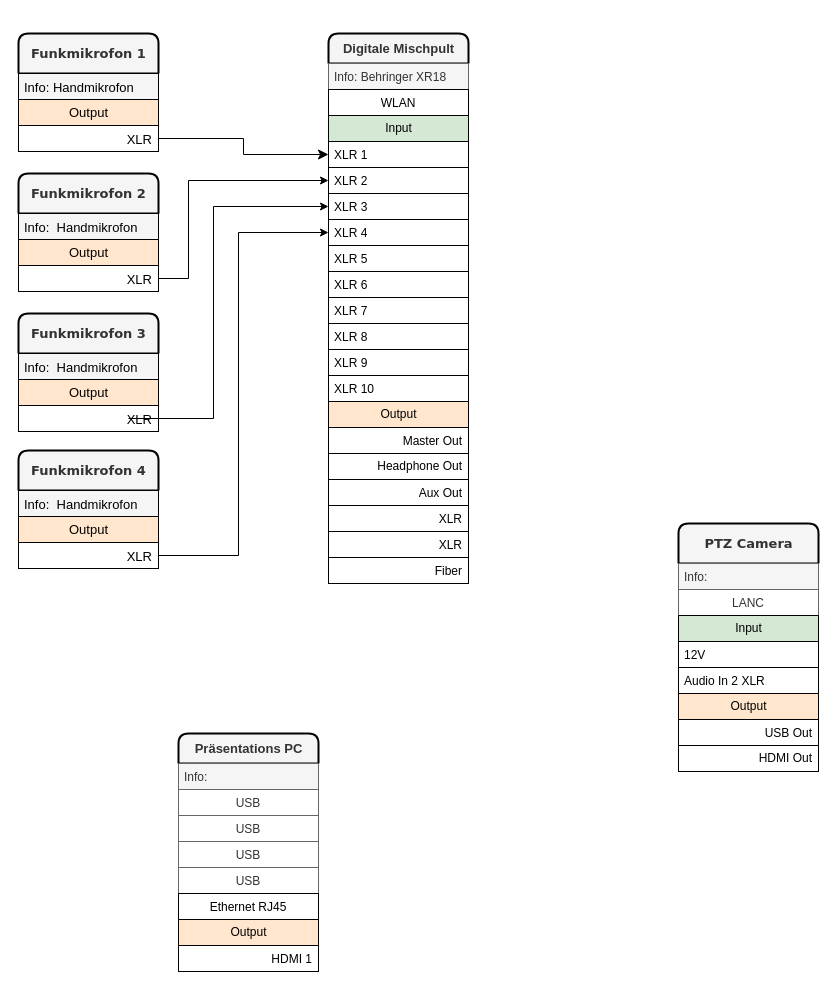
Above: Schaltplan Technik Superklausur.drawio in schoemi/d64-superklausur-technik (draw.io), before the change. Source tidied: cells renumbered, new cells numbered last; positions are measured from the earlier drawing's top-left corner, leaving out a move shared by most shapes. Both pictures are drawn from the tidied source at 100%, with x=0, y=0 at pixel (18, 33).
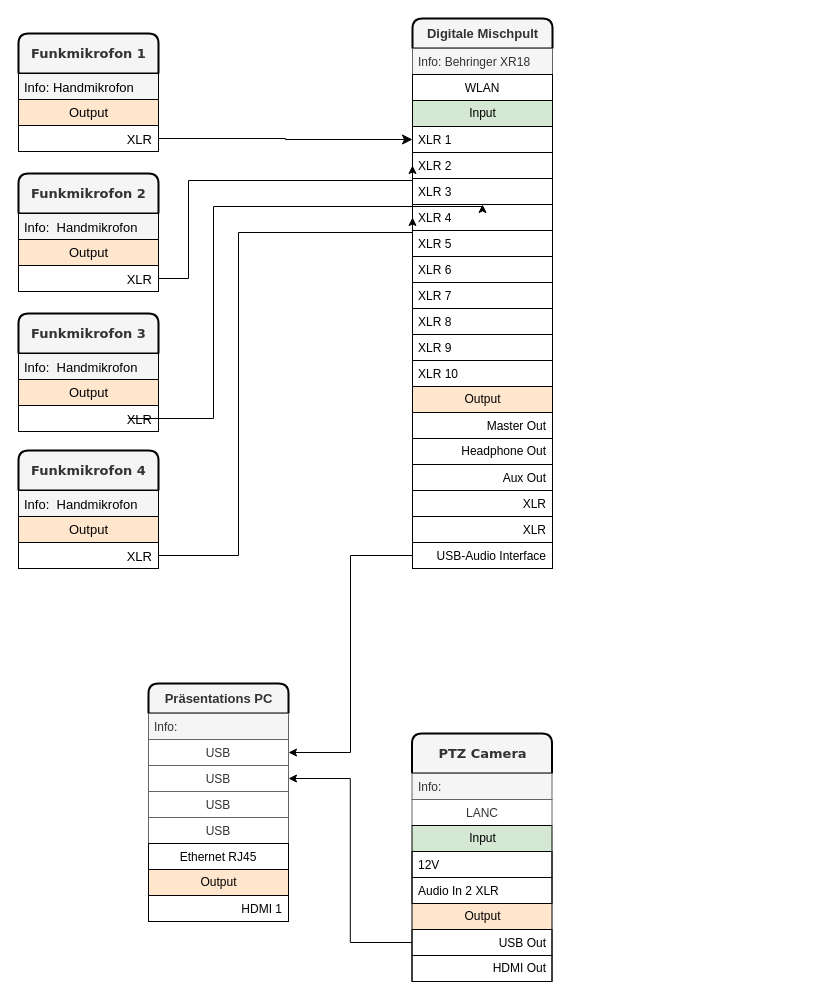
Above is the later version.

Unchanged cells that the change refers to:
```xml
<mxCell id="9" value="USB Out" style="text;strokeColor=default;fillColor=none;align=right;verticalAlign=top;spacingLeft=4;spacingRight=4;overflow=hidden;points=[[0,0.5],[1,0.5]];portConstraint=eastwest;whiteSpace=wrap;html=1;" parent="8" vertex="1">
  <mxGeometry y="26" width="140" height="26" as="geometry" />
</mxCell>
<mxCell id="13" value="USB&lt;div&gt;&lt;br&gt;&lt;/div&gt;" style="text;strokeColor=#666666;fillColor=default;align=center;verticalAlign=top;spacingLeft=4;spacingRight=4;overflow=hidden;points=[[0,0.5],[1,0.5]];portConstraint=eastwest;whiteSpace=wrap;html=1;fontColor=#333333;labelBorderColor=none;" parent="11" vertex="1">
  <mxGeometry y="56" width="140" height="26" as="geometry" />
</mxCell>
<mxCell id="14" value="USB" style="text;strokeColor=#666666;fillColor=default;align=center;verticalAlign=top;spacingLeft=4;spacingRight=4;overflow=hidden;points=[[0,0.5],[1,0.5]];portConstraint=eastwest;whiteSpace=wrap;html=1;fontColor=#333333;labelBorderColor=none;" parent="11" vertex="1">
  <mxGeometry y="82" width="140" height="26" as="geometry" />
</mxCell>
<mxCell id="50" value="Output" style="swimlane;fontStyle=0;horizontal=1;startSize=26;fillColor=#ffe6cc;html=1;strokeColor=default;rounded=0;swimlaneFillColor=default;" parent="36" vertex="1">
  <mxGeometry y="368" width="140" height="182" as="geometry" />
</mxCell>
```

The edit, as a diff of the source:
```diff
@@
     <mxCell id="2" value="PTZ Camera" style="swimlane;fontStyle=1;horizontal=1;startSize=40;html=1;fontSize=13;rounded=1;swimlaneLine=1;fillColor=#f5f5f5;fontColor=#333333;strokeColor=default;strokeWidth=2;swimlaneBody=0;fontFamily=Verdana;absoluteArcSize=1;arcSize=20;" parent="1" vertex="1">
-      <mxGeometry x="660" y="490" width="140" height="248" as="geometry" />
+      <mxGeometry x="393.5" y="700" width="140" height="248" as="geometry" />
     </mxCell>
@@
     <mxCell id="11" value="&lt;div&gt;Präsentations PC&lt;/div&gt;" style="swimlane;fontStyle=1;horizontal=1;startSize=30;fillColor=#f5f5f5;html=1;fontSize=13;strokeColor=default;rounded=1;fontColor=#333333;strokeWidth=2;arcSize=20;absoluteArcSize=1;swimlaneBody=0;" parent="1" vertex="1">
-      <mxGeometry x="160" y="700" width="140" height="238" as="geometry" />
+      <mxGeometry x="130" y="650" width="140" height="238" as="geometry" />
     </mxCell>
@@
     <mxCell id="36" value="Digitale Mischpult" style="swimlane;fontStyle=1;horizontal=1;startSize=30;fillColor=#f5f5f5;html=1;fontSize=13;strokeColor=default;rounded=1;fontColor=#333333;strokeWidth=2;arcSize=20;absoluteArcSize=1;swimlaneBody=0;" parent="1" vertex="1">
-      <mxGeometry x="310" width="140" height="550" as="geometry" />
+      <mxGeometry x="394" y="-15" width="140" height="550" as="geometry" />
     </mxCell>
@@
-    <mxCell id="56" value="Fiber" style="text;strokeColor=default;fillColor=none;align=right;verticalAlign=top;spacingLeft=4;spacingRight=4;overflow=hidden;points=[[0,0.5],[1,0.5]];portConstraint=eastwest;whiteSpace=wrap;html=1;" parent="50" vertex="1">
+    <mxCell id="56" value="USB-Audio Interface" style="text;strokeColor=default;fillColor=none;align=right;verticalAlign=top;spacingLeft=4;spacingRight=4;overflow=hidden;points=[[0,0.5],[1,0.5]];portConstraint=eastwest;whiteSpace=wrap;html=1;" parent="50" vertex="1">
       <mxGeometry y="156" width="140" height="26" as="geometry" />
     </mxCell>
@@
+    <mxCell id="61" style="edgeStyle=orthogonalEdgeStyle;rounded=0;jettySize=auto;html=1;exitX=0;exitY=0.5;exitDx=0;exitDy=0;" parent="1" edge="1" source="56" target="13">
+      <mxGeometry relative="1" as="geometry" />
+    </mxCell>
+    <mxCell id="62" style="edgeStyle=orthogonalEdgeStyle;rounded=0;jettySize=auto;html=1;exitX=0;exitY=0.5;exitDx=0;exitDy=0;entryX=1;entryY=0.5;entryDx=0;entryDy=0;" parent="1" edge="1" source="9" target="14">
+      <mxGeometry relative="1" as="geometry" />
+    </mxCell>
```
